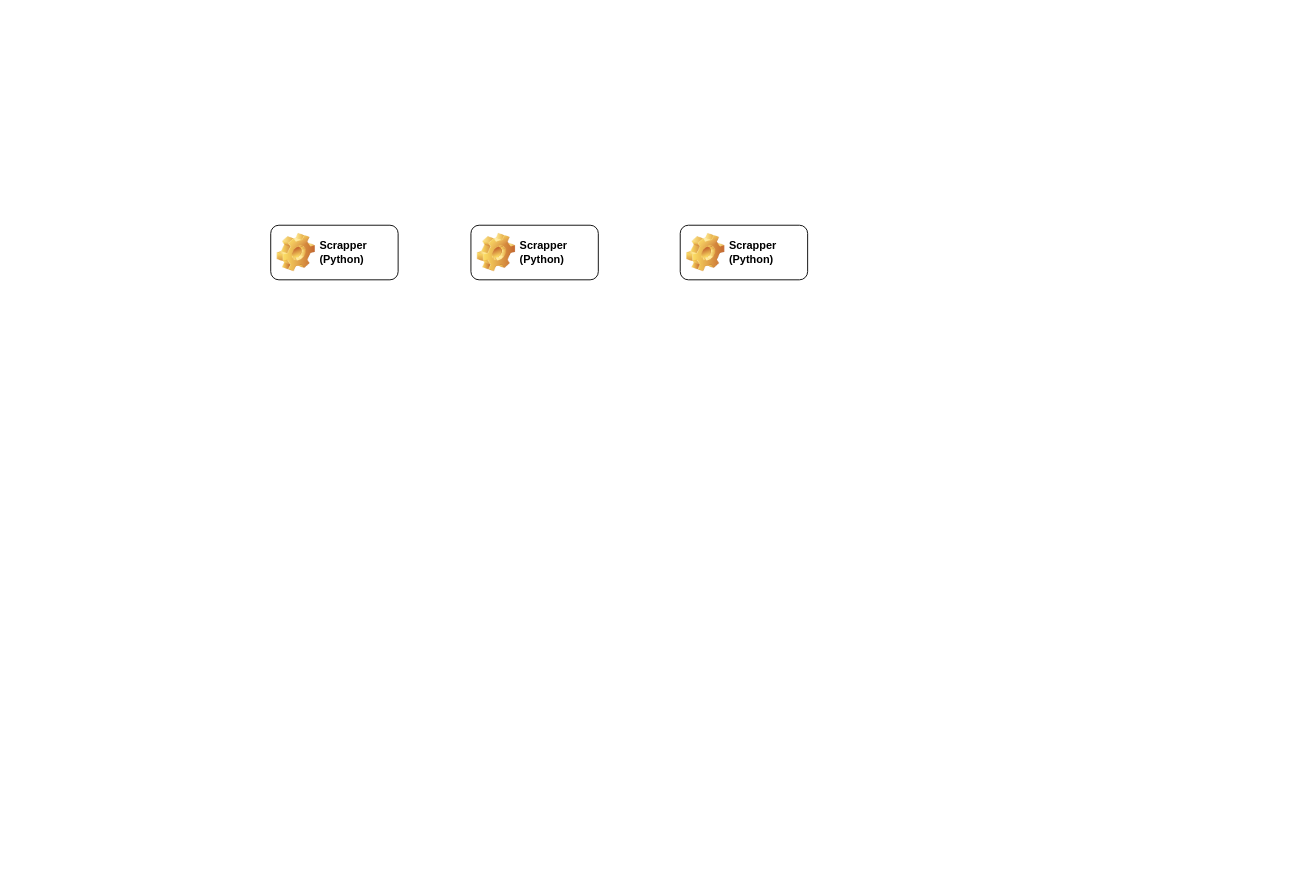
The draw.io diagram Diagrama sin título.drawio in FedeLovera/Drawio, before the edit. Source tidied: cells renumbered, new cells numbered last; positions are measured from the earlier drawing's top-left corner, leaving out a move shared by most shapes. Both pictures are drawn from the tidied source at 91%, with x=0, y=0 at pixel (270, 225).
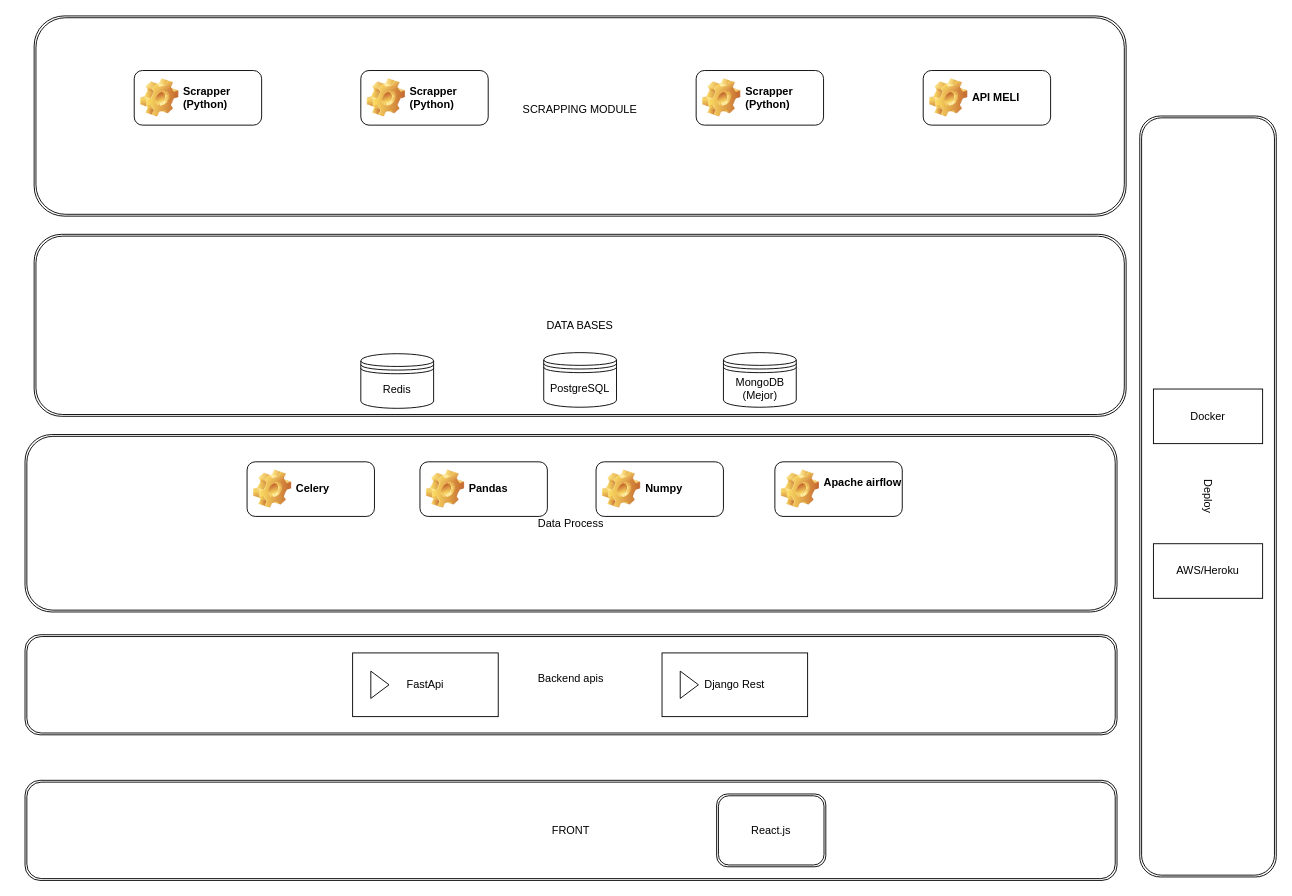
The same diagram, later.

What changed in the source:
```diff
@@
+    <mxCell id="5" value="Data Process" style="shape=ext;double=1;rounded=1;whiteSpace=wrap;html=1;" parent="1" vertex="1">
+      <mxGeometry x="-270" y="230" width="1200" height="195" as="geometry" />
+    </mxCell>
+    <mxCell id="6" value="Deploy" style="shape=ext;double=1;rounded=1;whiteSpace=wrap;html=1;rotation=-270;" parent="1" vertex="1">
+      <mxGeometry x="611.9" y="223.1" width="836.2" height="150" as="geometry" />
+    </mxCell>
+    <mxCell id="7" value="DATA BASES" style="shape=ext;double=1;rounded=1;whiteSpace=wrap;html=1;" parent="1" vertex="1">
+      <mxGeometry x="-260" y="10" width="1200" height="200" as="geometry" />
+    </mxCell>
+    <mxCell id="8" value="SCRAPPING MODULE&lt;div&gt;&lt;br&gt;&lt;/div&gt;" style="shape=ext;double=1;rounded=1;whiteSpace=wrap;html=1;" parent="1" vertex="1">
+      <mxGeometry x="-260" y="-230" width="1200" height="220" as="geometry" />
+    </mxCell>
     <mxCell id="2" value="Scrapper&lt;div&gt;(Python&lt;span style=&quot;background-color: transparent; color: light-dark(rgb(0, 0, 0), rgb(255, 255, 255));&quot;&gt;)&lt;/span&gt;&lt;/div&gt;" style="label;whiteSpace=wrap;html=1;image=img/clipart/Gear_128x128.png;" parent="1" vertex="1">
-      <mxGeometry x="450" width="140" height="60" as="geometry" />
+      <mxGeometry x="467.5" y="-170" width="140" height="60" as="geometry" />
     </mxCell>
     <mxCell id="3" value="Scrapper&lt;div&gt;(Python&lt;span style=&quot;background-color: transparent; color: light-dark(rgb(0, 0, 0), rgb(255, 255, 255));&quot;&gt;)&lt;/span&gt;&lt;/div&gt;" style="label;whiteSpace=wrap;html=1;image=img/clipart/Gear_128x128.png;" parent="1" vertex="1">
-      <mxGeometry x="220" width="140" height="60" as="geometry" />
+      <mxGeometry x="99" y="-170" width="140" height="60" as="geometry" />
     </mxCell>
     <mxCell id="4" value="Scrapper&lt;div&gt;(Python&lt;span style=&quot;background-color: transparent; color: light-dark(rgb(0, 0, 0), rgb(255, 255, 255));&quot;&gt;)&lt;/span&gt;&lt;/div&gt;" style="label;whiteSpace=wrap;html=1;image=img/clipart/Gear_128x128.png;" parent="1" vertex="1">
-      <mxGeometry width="140" height="60" as="geometry" />
+      <mxGeometry x="-150" y="-170" width="140" height="60" as="geometry" />
     </mxCell>
+    <mxCell id="9" value="API MELI&amp;nbsp;" style="label;whiteSpace=wrap;html=1;image=img/clipart/Gear_128x128.png;" parent="1" vertex="1">
+      <mxGeometry x="717" y="-170" width="140" height="60" as="geometry" />
+    </mxCell>
+    <mxCell id="10" value="PostgreSQL" style="shape=datastore;whiteSpace=wrap;html=1;" parent="1" vertex="1">
+      <mxGeometry x="300" y="140" width="80" height="60" as="geometry" />
+    </mxCell>
+    <mxCell id="11" value="MongoDB&lt;div&gt;(Mejor&lt;span style=&quot;background-color: transparent; color: light-dark(rgb(0, 0, 0), rgb(255, 255, 255));&quot;&gt;)&lt;/span&gt;&lt;/div&gt;" style="shape=datastore;whiteSpace=wrap;html=1;" parent="1" vertex="1">
+      <mxGeometry x="497.5" y="140" width="80" height="60" as="geometry" />
+    </mxCell>
+    <mxCell id="12" value="Redis" style="shape=datastore;whiteSpace=wrap;html=1;" parent="1" vertex="1">
+      <mxGeometry x="99" y="141.2" width="80" height="60" as="geometry" />
+    </mxCell>
+    <mxCell id="13" value="Docker" style="whiteSpace=wrap;html=1;" parent="1" vertex="1">
+      <mxGeometry x="970" y="180" width="120" height="60" as="geometry" />
+    </mxCell>
+    <mxCell id="14" value="AWS/Heroku" style="whiteSpace=wrap;html=1;" parent="1" vertex="1">
+      <mxGeometry x="970" y="350" width="120" height="60" as="geometry" />
+    </mxCell>
+    <mxCell id="15" style="group;" parent="1" vertex="1">
+      <mxGeometry x="-230" y="240" width="1200" height="110" as="geometry" />
+    </mxCell>
+    <mxCell id="16" value="Celery" style="label;whiteSpace=wrap;html=1;image=img/clipart/Gear_128x128.png;" parent="15" vertex="1">
+      <mxGeometry x="204" y="20" width="140" height="60" as="geometry" />
+    </mxCell>
+    <mxCell id="17" value="Pandas" style="label;whiteSpace=wrap;html=1;image=img/clipart/Gear_128x128.png;" parent="15" vertex="1">
+      <mxGeometry x="394" y="20" width="140" height="60" as="geometry" />
+    </mxCell>
+    <mxCell id="18" value="Numpy" style="label;whiteSpace=wrap;html=1;image=img/clipart/Gear_128x128.png;" parent="15" vertex="1">
+      <mxGeometry x="587.5" y="20" width="140" height="60" as="geometry" />
+    </mxCell>
+    <mxCell id="19" value="Apache airflow&lt;div&gt;&lt;br&gt;&lt;/div&gt;" style="label;whiteSpace=wrap;html=1;image=img/clipart/Gear_128x128.png;" parent="15" vertex="1">
+      <mxGeometry x="784" y="20" width="140" height="60" as="geometry" />
+    </mxCell>
+    <mxCell id="20" style="group;" parent="1" vertex="1">
+      <mxGeometry x="-270" y="450" width="1200" height="110" as="geometry" />
+    </mxCell>
+    <mxCell id="21" value="Backend apis&lt;div&gt;&lt;br&gt;&lt;/div&gt;" style="shape=ext;double=1;rounded=1;whiteSpace=wrap;html=1;" parent="20" vertex="1">
+      <mxGeometry width="1200" height="110" as="geometry" />
+    </mxCell>
+    <mxCell id="22" value="Django Rest" style="html=1;whiteSpace=wrap;" parent="20" vertex="1">
+      <mxGeometry x="700" y="20" width="160" height="70" as="geometry" />
+    </mxCell>
+    <mxCell id="23" style="triangle;html=1;whiteSpace=wrap;" parent="22" vertex="1">
+      <mxGeometry x="20" y="20" width="20" height="30" as="geometry" />
+    </mxCell>
+    <mxCell id="24" value="FastApi" style="html=1;whiteSpace=wrap;" parent="20" vertex="1">
+      <mxGeometry x="360" y="20" width="160" height="70" as="geometry" />
+    </mxCell>
+    <mxCell id="25" style="triangle;html=1;whiteSpace=wrap;" parent="24" vertex="1">
+      <mxGeometry x="20" y="20" width="20" height="30" as="geometry" />
+    </mxCell>
+    <mxCell id="26" style="group;" parent="1" vertex="1">
+      <mxGeometry x="-280" y="610" width="1200" height="110" as="geometry" />
+    </mxCell>
+    <mxCell id="27" value="FRONT" style="shape=ext;double=1;rounded=1;whiteSpace=wrap;html=1;" parent="26" vertex="1">
+      <mxGeometry x="10" width="1200" height="110" as="geometry" />
+    </mxCell>
+    <mxCell id="28" value="React.js" style="shape=ext;double=1;rounded=1;whiteSpace=wrap;html=1;" parent="26" vertex="1">
+      <mxGeometry x="770" y="15" width="120" height="80" as="geometry" />
+    </mxCell>
```
